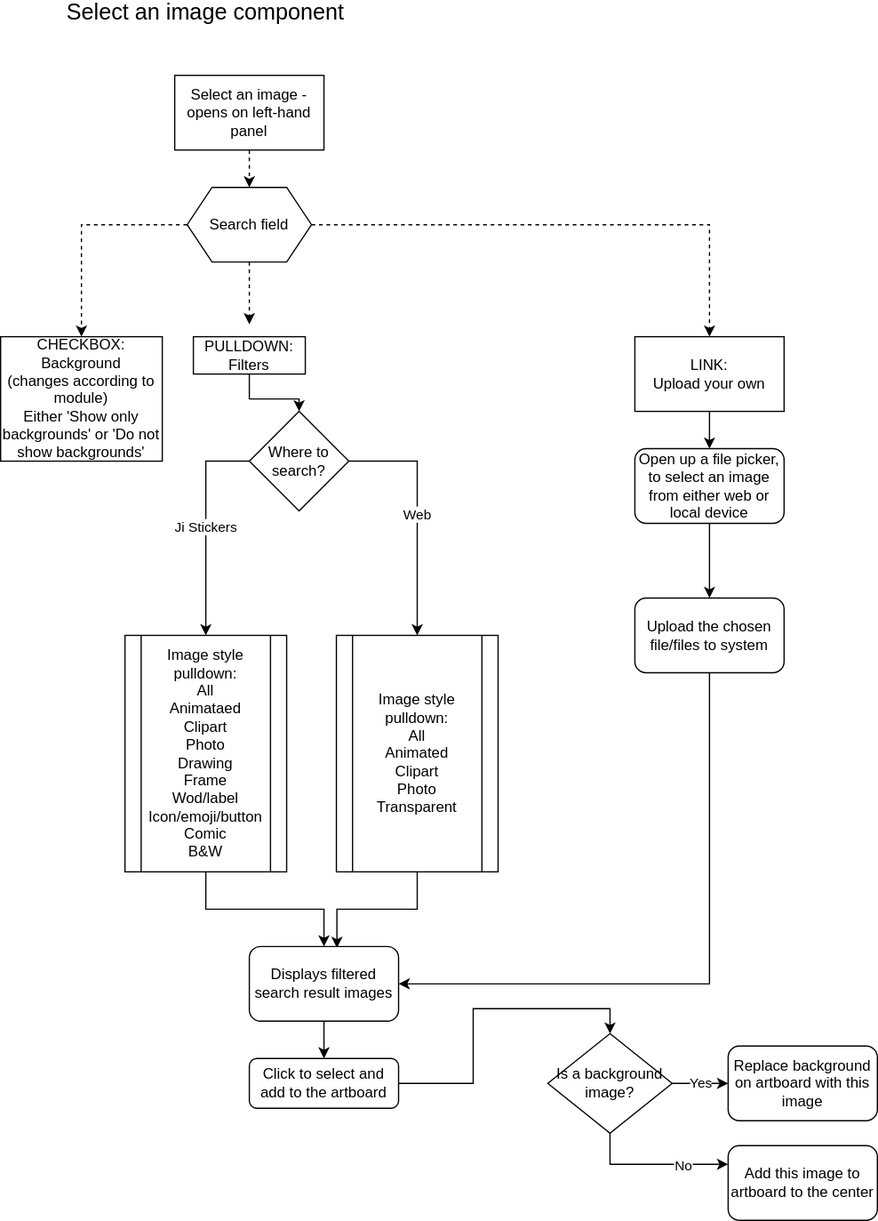
Above: modules/components/select-image.drawio.svg in ji-devs/ji-cloud-flowcharts (draw.io), before the change. Source tidied: cells renumbered, new cells last; positions are measured from the earlier drawing's top-left corner, leaving out a move shared by most shapes.
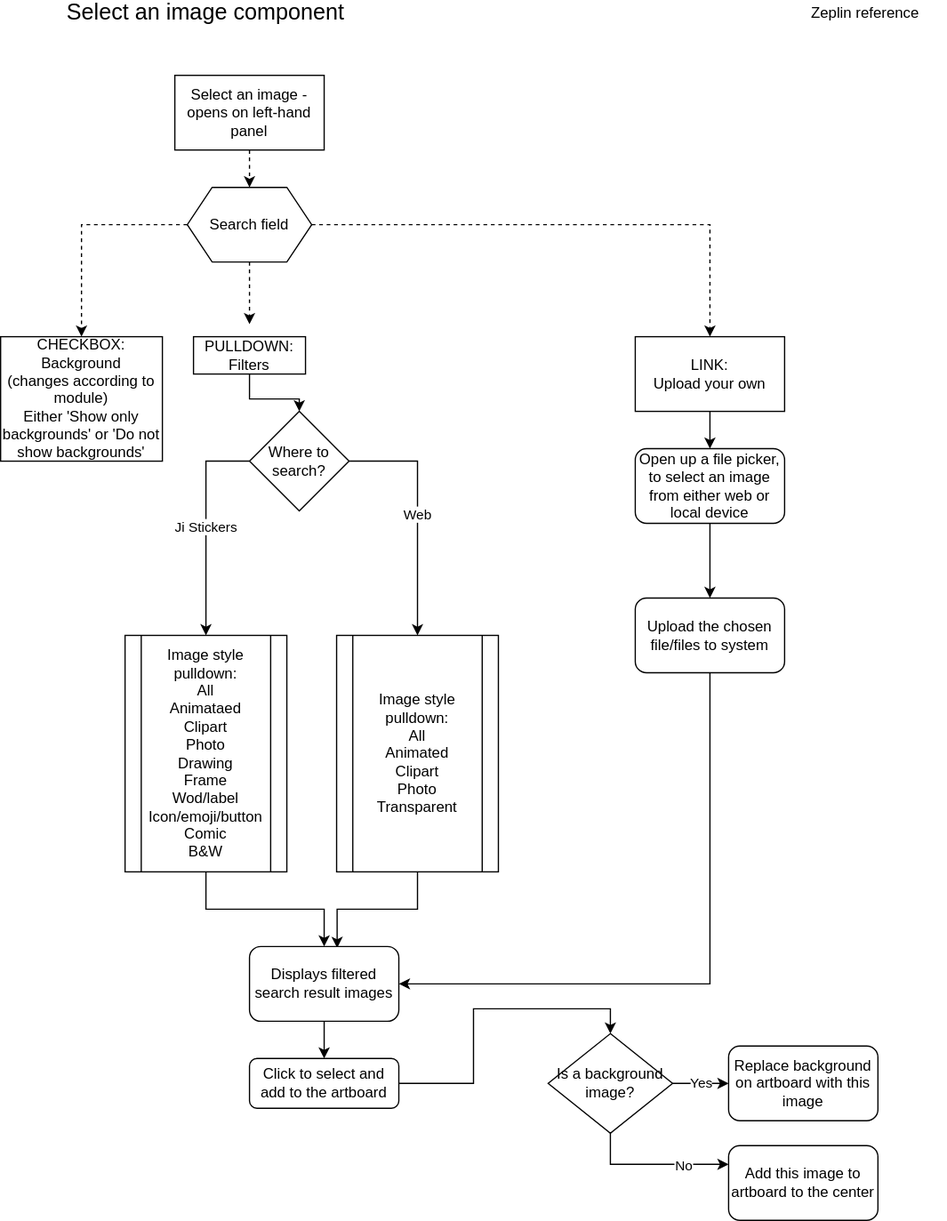
Above is the later version.

What changed in the source:
```diff
@@ -107,5 +107,8 @@
     <mxCell id="34" value="Upload the chosen file/files to system" style="rounded=1;whiteSpace=wrap;html=1;" parent="1" vertex="1">
       <mxGeometry x="510" y="480" width="120" height="60" as="geometry" />
     </mxCell>
+    <mxCell id="35" value="Zeplin reference" style="text;html=1;strokeColor=none;fillColor=none;align=center;verticalAlign=middle;whiteSpace=wrap;rounded=0;" parent="1" vertex="1">
+      <mxGeometry x="630" width="130" height="20" as="geometry" />
+    </mxCell>
   </root>
 </mxGraphModel>
```
